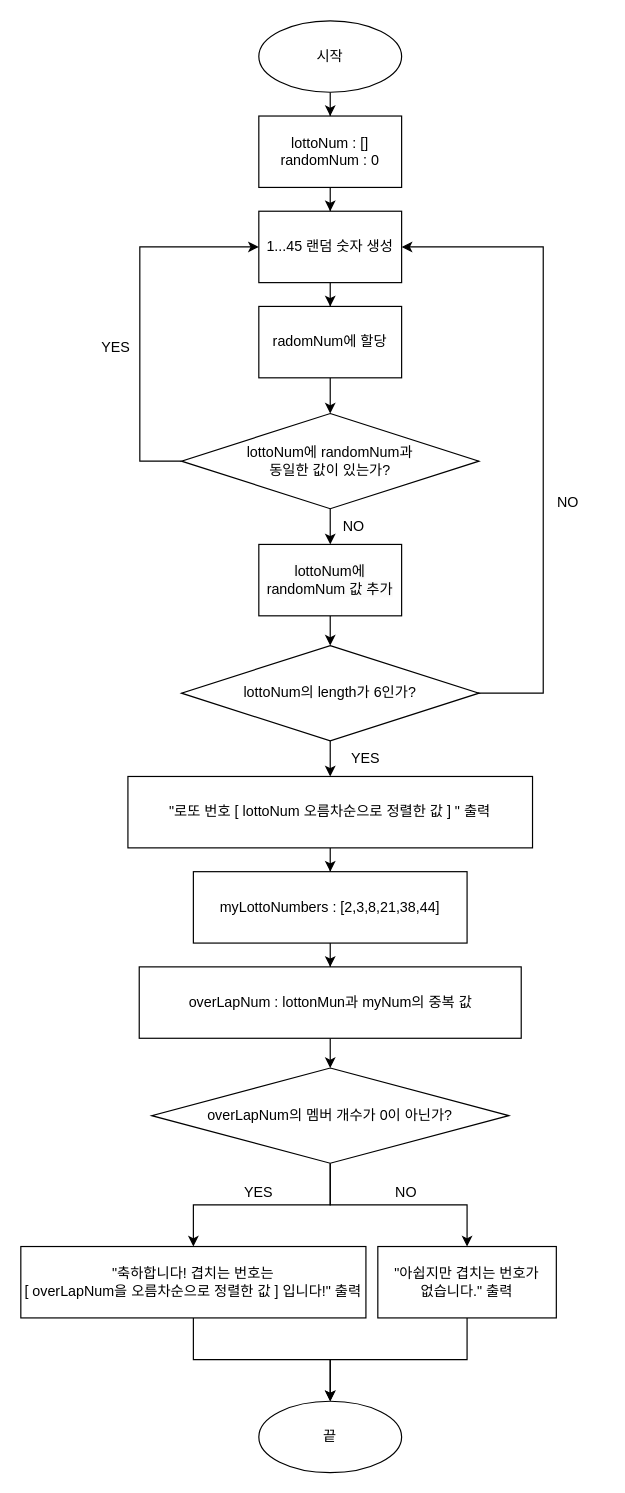
Before: RandomLottoNumber2.drawio in yagom-academy/swift-starter-Round2, a draw.io diagram. Source tidied: cells renumbered, new cells numbered last; positions are measured from the earlier drawing's top-left corner, leaving out a move shared by most shapes. Both pictures are drawn from the tidied source at 119%, with x=0, y=0 at pixel (20, 20).
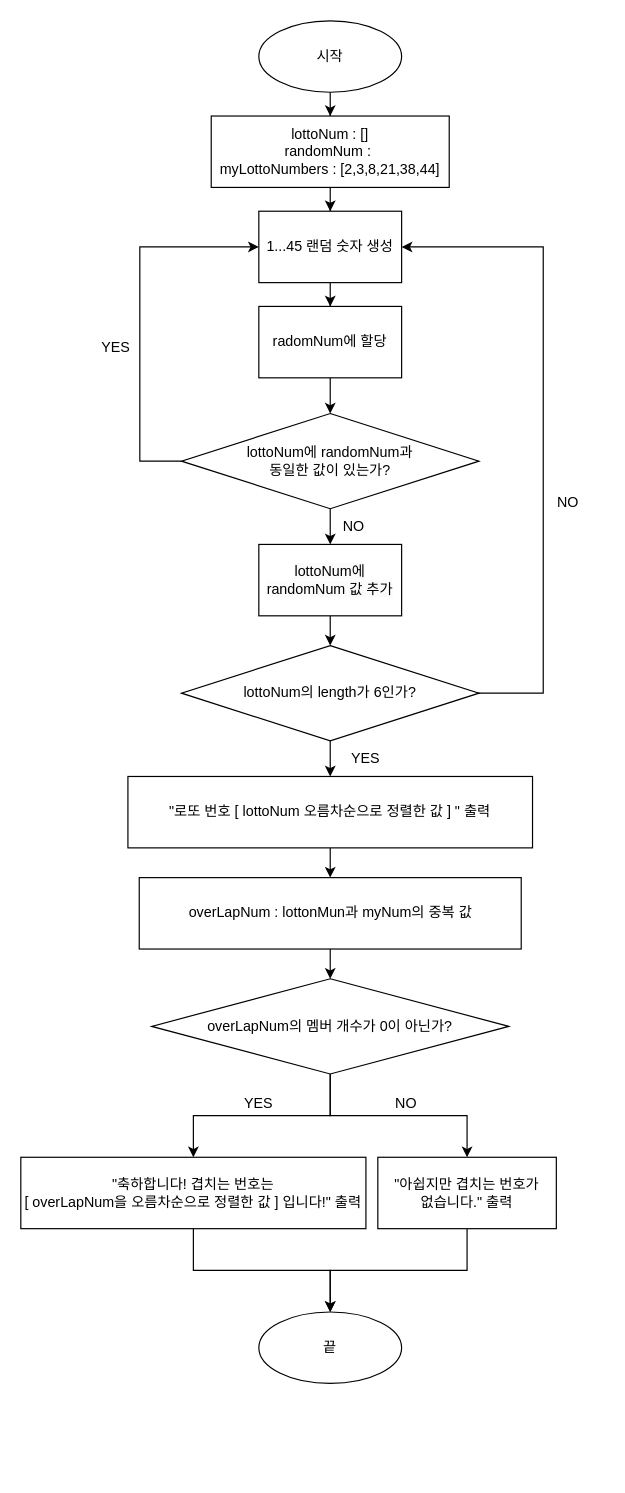
The same page after the edit.

Commit message (it also covers changes not shown here):
edit flow chart2 : myLottoNum position

The change refers to these unchanged cells:
```xml
<mxCell id="7" value="&quot;로또 번호 [ lottoNum 오름차순으로 정렬한 값 ] &quot; 출력" style="rounded=0;whiteSpace=wrap;html=1;" parent="1" vertex="1">
  <mxGeometry x="90" y="635" width="340" height="60" as="geometry" />
</mxCell>
```

Change to the diagram source:
```diff
@@
-    <mxCell id="5" value="lottoNum : []&lt;br&gt;randomNum : 0" style="rounded=0;whiteSpace=wrap;html=1;" parent="1" vertex="1">
-      <mxGeometry x="200" y="80" width="120" height="60" as="geometry" />
+    <mxCell id="5" value="lottoNum : []&lt;br&gt;randomNum :&amp;nbsp;&lt;br&gt;myLottoNumbers : [2,3,8,21,38,44]" style="rounded=0;whiteSpace=wrap;html=1;" parent="1" vertex="1">
+      <mxGeometry x="160" y="80" width="200" height="60" as="geometry" />
     </mxCell>
-    <mxCell id="6" style="edgeStyle=orthogonalEdgeStyle;rounded=0;jettySize=auto;html=1;" parent="1" edge="1" source="7" target="26">
-      <mxGeometry relative="1" as="geometry" />
-    </mxCell>
+    <mxCell id="38" style="edgeStyle=orthogonalEdgeStyle;rounded=0;jettySize=auto;html=1;" parent="1" edge="1" source="7" target="28">
+      <mxGeometry relative="1" as="geometry" />
+    </mxCell>
@@
     <mxCell id="8" value="끝" style="ellipse;whiteSpace=wrap;html=1;" parent="1" vertex="1">
-      <mxGeometry x="200" y="1160" width="120" height="60" as="geometry" />
+      <mxGeometry x="200" y="1085" width="120" height="60" as="geometry" />
     </mxCell>
@@
-    <mxCell id="25" style="edgeStyle=orthogonalEdgeStyle;rounded=0;jettySize=auto;html=1;" parent="1" edge="1" source="26" target="28">
-      <mxGeometry relative="1" as="geometry" />
-    </mxCell>
-    <mxCell id="26" value="myLottoNumbers : [2,3,8,21,38,44]" style="whiteSpace=wrap;html=1;rounded=0;" parent="1" vertex="1">
-      <mxGeometry x="145" y="715" width="230" height="60" as="geometry" />
-    </mxCell>
@@
     <mxCell id="28" value="overLapNum : lottonMun과 myNum의 중복 값" style="whiteSpace=wrap;html=1;rounded=0;" parent="1" vertex="1">
-      <mxGeometry x="99.5" y="795" width="321" height="60" as="geometry" />
+      <mxGeometry x="99.5" y="720" width="321" height="60" as="geometry" />
     </mxCell>
@@
     <mxCell id="31" value="overLapNum의 멤버 개수가 0이 아닌가?" style="rhombus;whiteSpace=wrap;html=1;rounded=0;" parent="1" vertex="1">
-      <mxGeometry x="110" y="880" width="300" height="80" as="geometry" />
+      <mxGeometry x="110" y="805" width="300" height="80" as="geometry" />
     </mxCell>
@@
     <mxCell id="33" value="&quot;축하합니다! 겹치는 번호는 &lt;br&gt;[ overLapNum을 오름차순으로 정렬한 값 ]&amp;nbsp;입니다!&quot; 출력" style="rounded=0;whiteSpace=wrap;html=1;" parent="1" vertex="1">
-      <mxGeometry y="1030" width="290" height="60" as="geometry" />
+      <mxGeometry y="955" width="290" height="60" as="geometry" />
     </mxCell>
@@
     <mxCell id="35" value="&quot;아쉽지만 겹치는 번호가 &lt;br&gt;없습니다.&quot; 출력" style="rounded=0;whiteSpace=wrap;html=1;" parent="1" vertex="1">
-      <mxGeometry x="300" y="1030" width="150" height="60" as="geometry" />
+      <mxGeometry x="300" y="955" width="150" height="60" as="geometry" />
     </mxCell>
     <mxCell id="36" value="YES" style="text;html=1;align=center;verticalAlign=middle;whiteSpace=wrap;rounded=0;" parent="1" vertex="1">
-      <mxGeometry x="170" y="970" width="60" height="30" as="geometry" />
+      <mxGeometry x="170" y="895" width="60" height="30" as="geometry" />
     </mxCell>
     <mxCell id="37" value="NO" style="text;html=1;align=center;verticalAlign=middle;whiteSpace=wrap;rounded=0;" parent="1" vertex="1">
-      <mxGeometry x="294" y="970" width="60" height="30" as="geometry" />
+      <mxGeometry x="294" y="895" width="60" height="30" as="geometry" />
     </mxCell>
```
